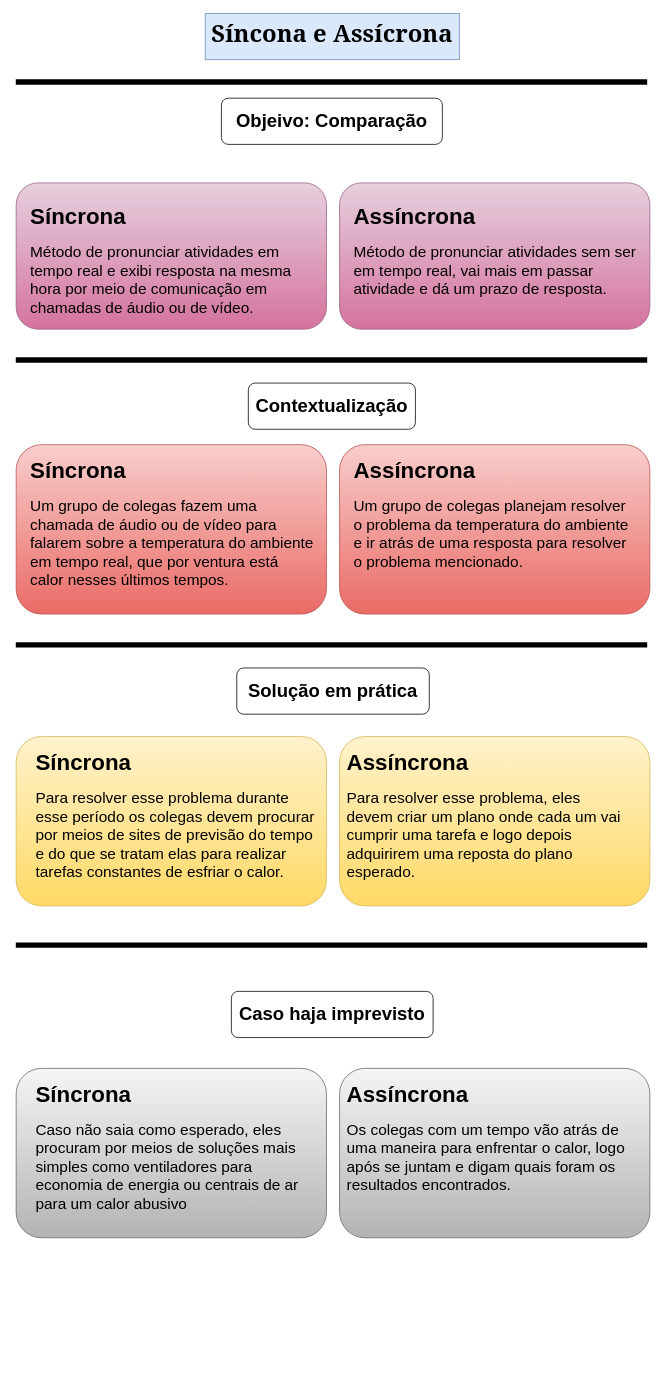
The draw.io diagram TDIC/Prática 2/Sincr e Assincr.drawio in GustavoHenriqueLC/TDIC.ifto, before the edit. Source tidied: cells renumbered, new cells numbered last; positions are measured from the earlier drawing's top-left corner, leaving out a move shared by most shapes. Both pictures are drawn from the tidied source at 77%, with x=0, y=0 at pixel (15, 13).
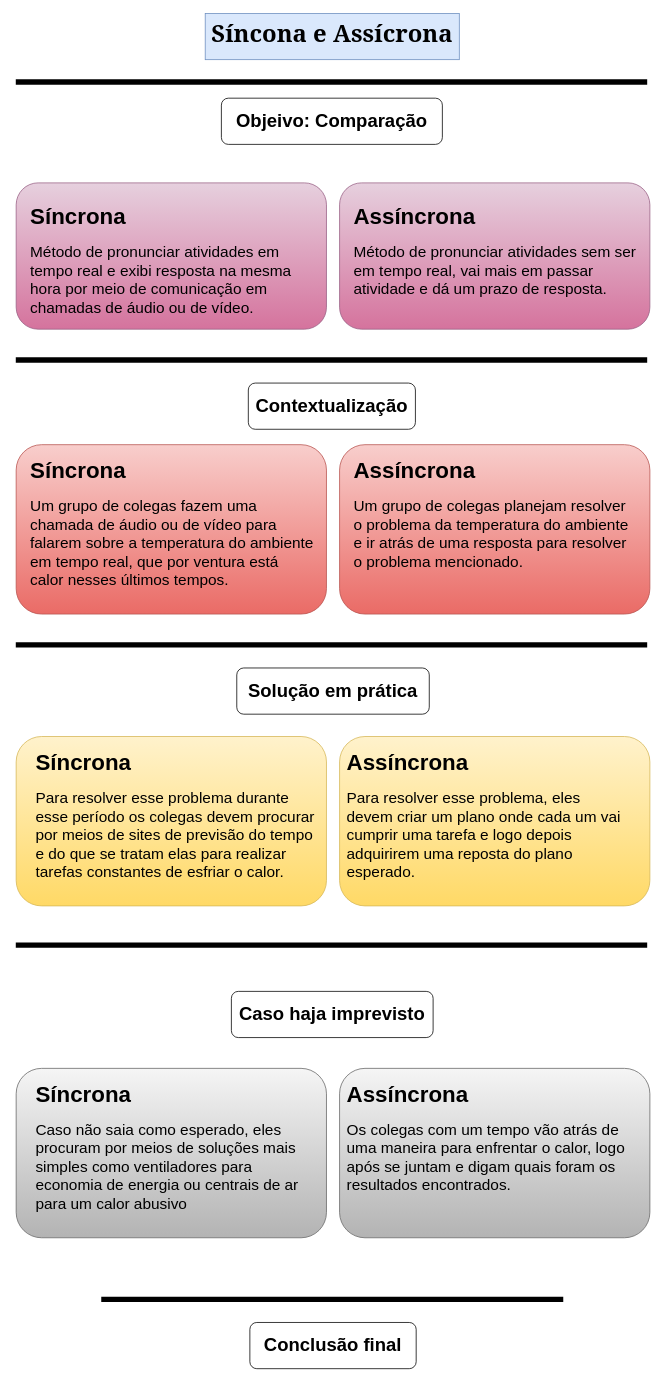
Above is the later version.

Diff of the diagram source:
```diff
@@
+    <mxCell id="27" value="&lt;span style=&quot;font-size: 24px;&quot;&gt;&lt;b&gt;Conclusão final&lt;/b&gt;&lt;/span&gt;" style="rounded=1;whiteSpace=wrap;html=1;" parent="1" vertex="1">
+      <mxGeometry x="304" y="1700" width="216" height="60" as="geometry" />
+    </mxCell>
+    <mxCell id="28" style="endArrow=none;html=1;rounded=0;strokeWidth=7;" parent="1" edge="1">
+      <mxGeometry relative="1" as="geometry">
+        <mxPoint x="111" y="1670" as="sourcePoint" />
+        <mxPoint x="711" y="1670" as="targetPoint" />
+      </mxGeometry>
+    </mxCell>
```
